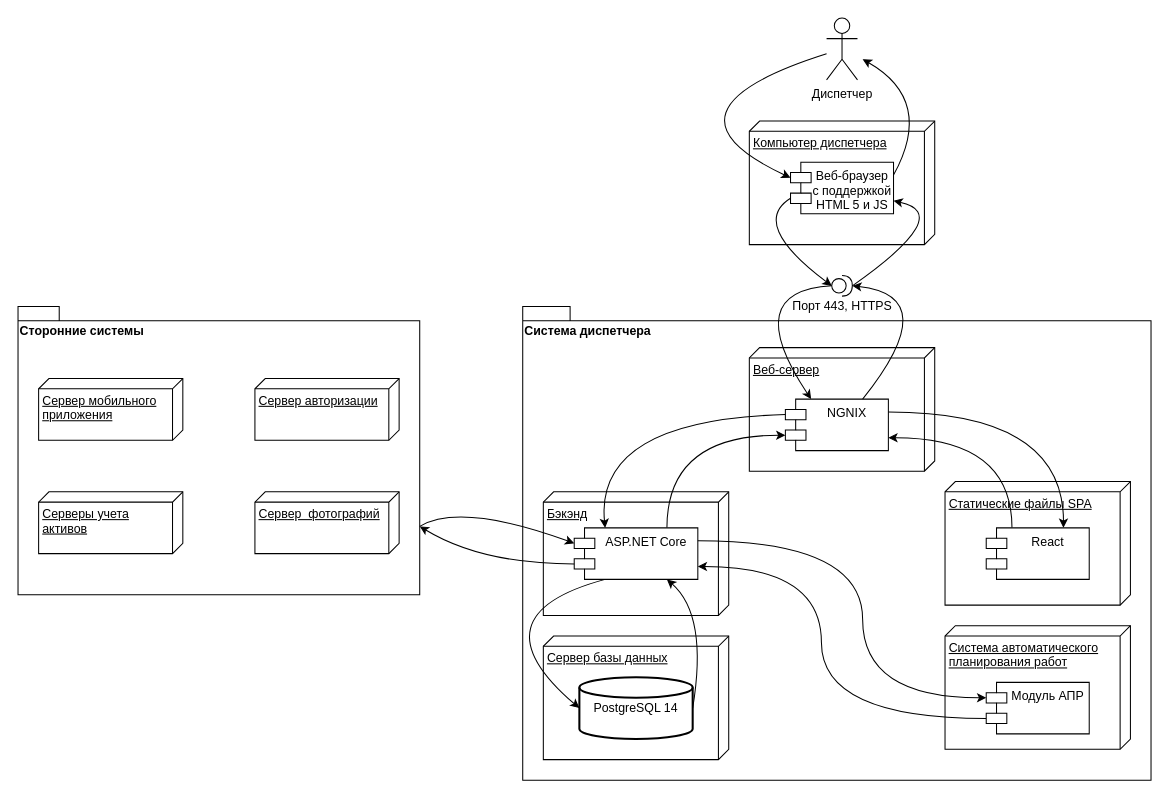
Above: deployment.drawio in iamquoz/essen (draw.io), before the change. Source tidied: cells renumbered, new cells numbered last; positions are measured from the earlier drawing's top-left corner, leaving out a move shared by most shapes. Both pictures are drawn from the tidied source at 103%, with x=0, y=0 at pixel (18, 18).
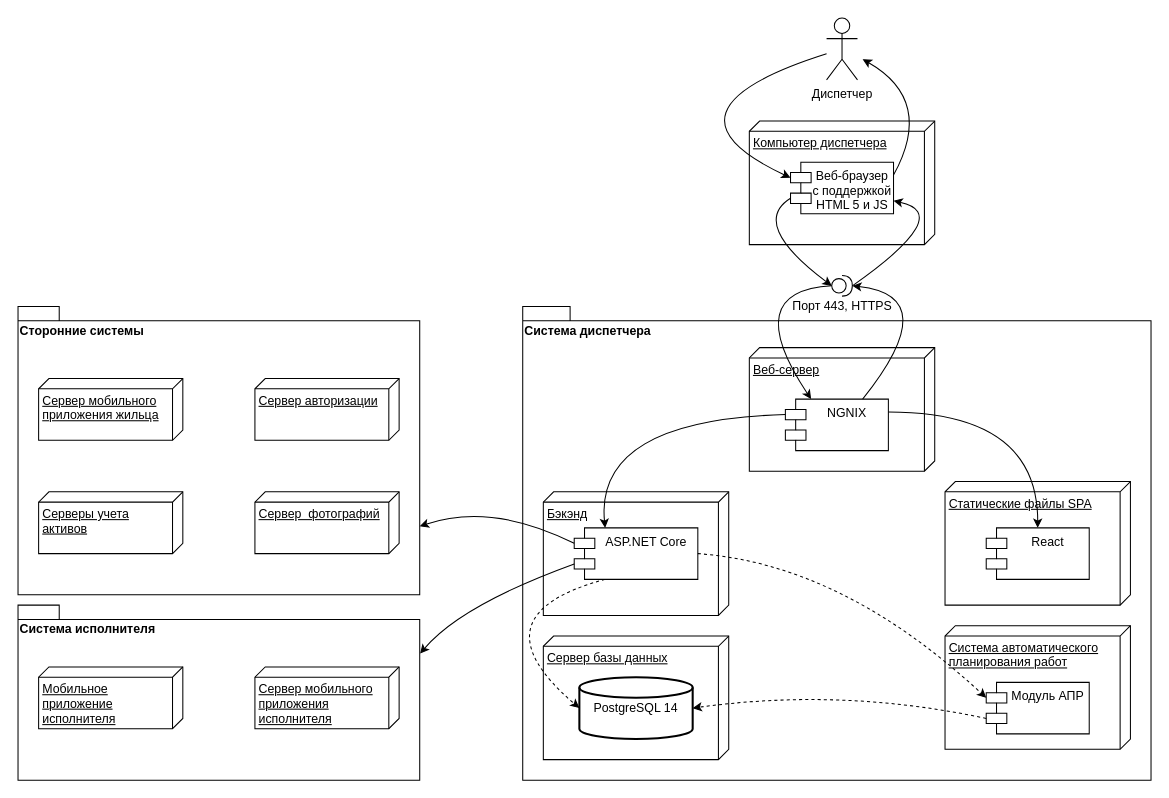
The same page after the edit.

Commit message:
fixup deployment

The change refers to these unchanged cells:
```xml
<mxCell id="3" value="Сторонние системы" style="shape=folder;fontStyle=1;spacingTop=10;tabWidth=40;tabHeight=14;tabPosition=left;html=1;verticalAlign=top;align=left;" parent="1" vertex="1">
  <mxGeometry y="280" width="390" height="280" as="geometry" />
</mxCell>
<mxCell id="8" value="PostgreSQL 14" style="strokeWidth=2;html=1;shape=mxgraph.flowchart.database;whiteSpace=wrap;verticalAlign=middle;" parent="1" vertex="1">
  <mxGeometry x="545" y="640" width="110" height="60" as="geometry" />
</mxCell>
<mxCell id="10" value="NGNIX" style="shape=module;align=left;spacingLeft=20;align=center;verticalAlign=top;" parent="1" vertex="1">
  <mxGeometry x="745" y="370" width="100" height="50" as="geometry" />
</mxCell>
<mxCell id="14" value="ASP.NET Core" style="shape=module;align=left;spacingLeft=20;align=center;verticalAlign=top;" parent="1" vertex="1">
  <mxGeometry x="540" y="495" width="120" height="50" as="geometry" />
</mxCell>
<mxCell id="18" value="React" style="shape=module;align=left;spacingLeft=20;align=center;verticalAlign=top;" parent="1" vertex="1">
  <mxGeometry x="940" y="495" width="100" height="50" as="geometry" />
</mxCell>
<mxCell id="36" value="Модуль АПР" style="shape=module;align=left;spacingLeft=20;align=center;verticalAlign=top;" parent="1" vertex="1">
  <mxGeometry x="940" y="645" width="100" height="50" as="geometry" />
</mxCell>
```

Change to the diagram source:
```diff
@@
-    <mxCell id="4" value="Сервер мобильного &lt;br&gt;приложения" style="verticalAlign=top;align=left;spacingTop=8;spacingLeft=2;spacingRight=12;shape=cube;size=10;direction=south;fontStyle=4;html=1;" parent="1" vertex="1">
+    <mxCell id="4" value="Сервер мобильного &lt;br&gt;приложения жильца" style="verticalAlign=top;align=left;spacingTop=8;spacingLeft=2;spacingRight=12;shape=cube;size=10;direction=south;fontStyle=4;html=1;" parent="1" vertex="1">
       <mxGeometry x="20" y="350" width="140" height="60" as="geometry" />
     </mxCell>
@@
-    <mxCell id="13" style="edgeStyle=orthogonalEdgeStyle;curved=1;jettySize=auto;html=1;exitX=0.75;exitY=0;exitDx=0;exitDy=0;entryX=0;entryY=0;entryDx=0;entryDy=35;entryPerimeter=0;elbow=vertical;" parent="1" edge="1" source="14" target="10">
-      <mxGeometry relative="1" as="geometry" />
-    </mxCell>
@@
-    <mxCell id="16" style="edgeStyle=orthogonalEdgeStyle;curved=1;jettySize=auto;html=1;exitX=1;exitY=0.25;exitDx=0;exitDy=0;entryX=0.75;entryY=0;entryDx=0;entryDy=0;elbow=vertical;" parent="1" edge="1" source="10" target="18">
+    <mxCell id="16" style="edgeStyle=orthogonalEdgeStyle;curved=1;jettySize=auto;html=1;exitX=1;exitY=0.25;exitDx=0;exitDy=0;entryX=0.5;entryY=0;entryDx=0;entryDy=0;elbow=vertical;" parent="1" edge="1" source="10" target="18">
       <mxGeometry relative="1" as="geometry" />
     </mxCell>
-    <mxCell id="17" style="edgeStyle=orthogonalEdgeStyle;curved=1;jettySize=auto;html=1;exitX=0.25;exitY=0;exitDx=0;exitDy=0;entryX=1;entryY=0.75;entryDx=0;entryDy=0;elbow=vertical;" parent="1" edge="1" source="18" target="10">
-      <mxGeometry relative="1" as="geometry" />
-    </mxCell>
@@
-    <mxCell id="19" style="curved=1;endArrow=classic;html=1;elbow=vertical;entryX=0.75;entryY=1;entryDx=0;entryDy=0;exitX=1;exitY=0.5;exitDx=0;exitDy=0;exitPerimeter=0;" parent="1" edge="1" source="8" target="14">
-      <mxGeometry relative="1" as="geometry">
-        <Array as="points">
-          <mxPoint x="670" y="580" />
-        </Array>
-      </mxGeometry>
-    </mxCell>
-    <mxCell id="20" style="curved=1;endArrow=classic;html=1;elbow=vertical;exitX=0;exitY=0;exitDx=0;exitDy=35;exitPerimeter=0;entryX=0;entryY=0;entryDx=390;entryDy=213.5;entryPerimeter=0;" parent="1" edge="1" source="14" target="3">
+    <mxCell id="20" style="curved=1;endArrow=classic;html=1;elbow=vertical;exitX=0;exitY=0;exitDx=0;exitDy=15;exitPerimeter=0;entryX=0;entryY=0;entryDx=390;entryDy=213.5;entryPerimeter=0;" parent="1" edge="1" source="14" target="3">
       <mxGeometry relative="1" as="geometry">
         <Array as="points">
-          <mxPoint x="450" y="530" />
+          <mxPoint x="460" y="470" />
         </Array>
       </mxGeometry>
     </mxCell>
-    <mxCell id="21" style="curved=1;endArrow=classic;html=1;elbow=vertical;entryX=0;entryY=0;entryDx=0;entryDy=15;entryPerimeter=0;exitX=0;exitY=0;exitDx=390;exitDy=213.5;exitPerimeter=0;" parent="1" edge="1" source="3" target="14">
-      <mxGeometry relative="1" as="geometry">
-        <Array as="points">
-          <mxPoint x="430" y="470" />
-        </Array>
-      </mxGeometry>
-    </mxCell>
-    <mxCell id="22" style="curved=1;endArrow=classic;html=1;elbow=vertical;entryX=0;entryY=0.5;entryDx=0;entryDy=0;exitX=0.25;exitY=1;exitDx=0;exitDy=0;entryPerimeter=0;" parent="1" edge="1" source="14" target="8">
+    <mxCell id="22" style="curved=1;endArrow=classic;html=1;elbow=vertical;entryX=0;entryY=0.5;entryDx=0;entryDy=0;exitX=0.25;exitY=1;exitDx=0;exitDy=0;entryPerimeter=0;dashed=1;" parent="1" edge="1" source="14" target="8">
       <mxGeometry relative="1" as="geometry">
         <Array as="points">
           <mxPoint x="440" y="580" />
         </Array>
       </mxGeometry>
     </mxCell>
@@
-    <mxCell id="35" style="edgeStyle=orthogonalEdgeStyle;curved=1;jettySize=auto;html=1;exitX=0;exitY=0;exitDx=0;exitDy=35;exitPerimeter=0;entryX=1;entryY=0.75;entryDx=0;entryDy=0;elbow=vertical;" parent="1" edge="1" source="36" target="14">
-      <mxGeometry relative="1" as="geometry">
-        <Array as="points">
-          <mxPoint x="780" y="680" />
-          <mxPoint x="780" y="533" />
-        </Array>
-      </mxGeometry>
-    </mxCell>
@@
+    <mxCell id="38" style="curved=1;endArrow=classic;html=1;rounded=0;dashed=1;exitX=0;exitY=0;exitDx=0;exitDy=35;exitPerimeter=0;entryX=1;entryY=0.5;entryDx=0;entryDy=0;entryPerimeter=0;" parent="1" edge="1" source="36" target="8">
+      <mxGeometry relative="1" as="geometry">
+        <Array as="points">
+          <mxPoint x="800" y="650" />
+        </Array>
+      </mxGeometry>
+    </mxCell>
-    <mxCell id="37" style="edgeStyle=orthogonalEdgeStyle;curved=1;jettySize=auto;html=1;exitX=1;exitY=0.25;exitDx=0;exitDy=0;entryX=0;entryY=0;entryDx=0;entryDy=15;entryPerimeter=0;elbow=vertical;" parent="1" edge="1" source="14" target="36">
+    <mxCell id="37" style="curved=1;endArrow=classic;html=1;rounded=0;dashed=1;exitX=1;exitY=0.5;exitDx=0;exitDy=0;entryX=0;entryY=0;entryDx=0;entryDy=15;entryPerimeter=0;" parent="1" edge="1" source="14" target="36">
       <mxGeometry relative="1" as="geometry">
         <Array as="points">
-          <mxPoint x="820" y="508" />
-          <mxPoint x="820" y="660" />
+          <mxPoint x="800" y="530" />
         </Array>
       </mxGeometry>
     </mxCell>
+    <mxCell id="39" value="Система исполнителя" style="shape=folder;fontStyle=1;spacingTop=10;tabWidth=40;tabHeight=14;tabPosition=left;html=1;verticalAlign=top;align=left;" parent="1" vertex="1">
+      <mxGeometry y="570" width="390" height="170" as="geometry" />
+    </mxCell>
+    <mxCell id="40" value="Мобильное &lt;br&gt;приложение&lt;br&gt;исполнителя" style="verticalAlign=top;align=left;spacingTop=8;spacingLeft=2;spacingRight=12;shape=cube;size=10;direction=south;fontStyle=4;html=1;" parent="1" vertex="1">
+      <mxGeometry x="20" y="630" width="140" height="60" as="geometry" />
+    </mxCell>
+    <mxCell id="41" value="Сервер мобильного &lt;br&gt;приложения &lt;br&gt;исполнителя" style="verticalAlign=top;align=left;spacingTop=8;spacingLeft=2;spacingRight=12;shape=cube;size=10;direction=south;fontStyle=4;html=1;" parent="1" vertex="1">
+      <mxGeometry x="230" y="630" width="140" height="60" as="geometry" />
+    </mxCell>
+    <mxCell id="42" style="curved=1;endArrow=classic;html=1;rounded=0;exitX=0;exitY=0;exitDx=0;exitDy=35;exitPerimeter=0;entryX=1.001;entryY=0.277;entryDx=0;entryDy=0;entryPerimeter=0;" parent="1" edge="1" source="14" target="39">
+      <mxGeometry relative="1" as="geometry">
+        <Array as="points">
+          <mxPoint x="430" y="570" />
+        </Array>
+      </mxGeometry>
+    </mxCell>
```
